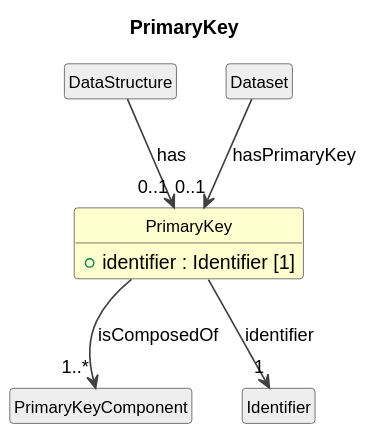
This is cdif-uml-model/_plantuml/cdifDataStructure/Classes/PrimaryKey.svg from Cross-Domain-Interoperability-Framework/metadataBuildingBlocks, a PlantUML export, as it was before one commit.
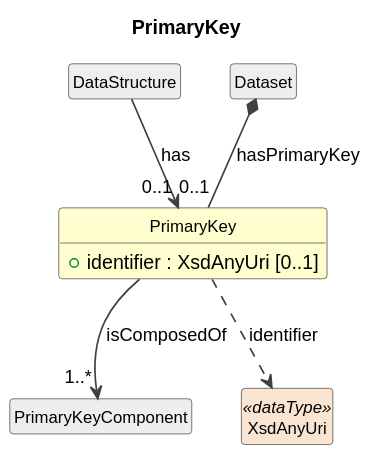
Above is the later version.

What changed in the source:
```diff
@@ -11,14 +11,14 @@
 }
 
 class "PrimaryKey" as PrimaryKey #FEFECE {
-  +identifier : Identifier [1]
+  +identifier : XsdAnyUri [0..1]
 }
 class "DataStructure" as DataStructure #EEEEEE
 DataStructure --> "0..1" PrimaryKey : has
 class "PrimaryKeyComponent" as PrimaryKeyComponent #EEEEEE
 PrimaryKey --> "1..*" PrimaryKeyComponent : isComposedOf
 class "Dataset" as Dataset #EEEEEE
-Dataset --> "0..1" PrimaryKey : hasPrimaryKey
-class "Identifier" as Identifier #EEEEEE
-PrimaryKey --> "1" Identifier : identifier
+Dataset *-- "0..1" PrimaryKey : hasPrimaryKey
+class "XsdAnyUri" as XsdAnyUri <<dataType>> #FAE5D3
+PrimaryKey ..> XsdAnyUri : identifier
 @enduml
```
